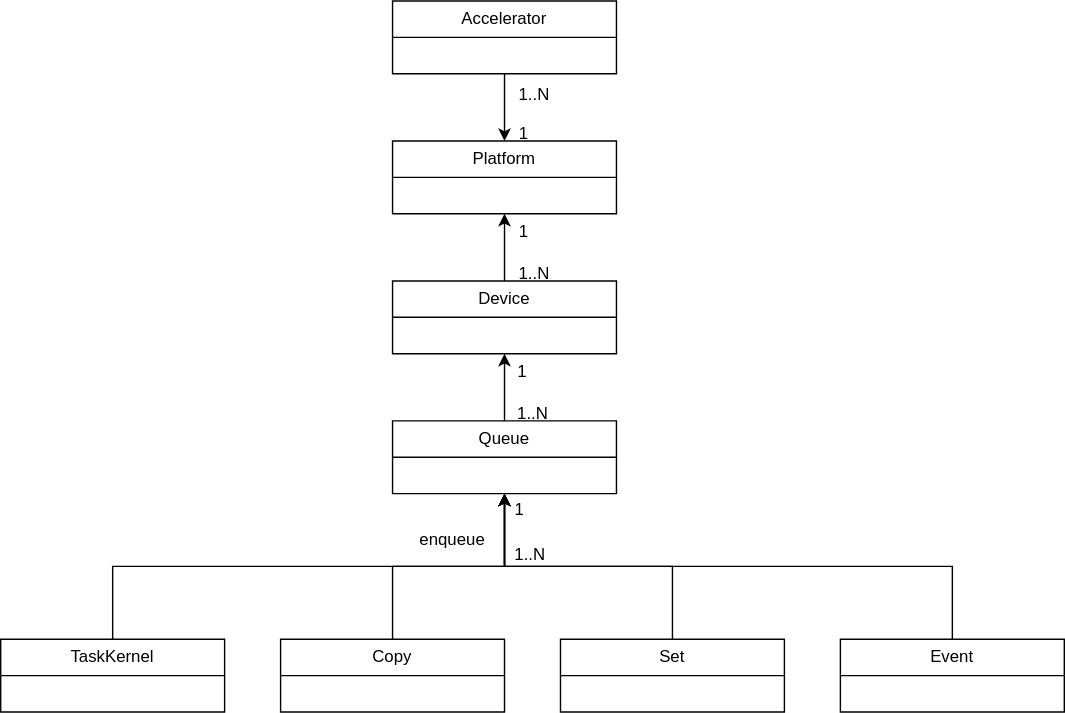
Earlier version of the draw.io export docs/source/images/alpaka_terms.svg (alpaka-group/alpaka). Source tidied: cells renumbered, new cells last; positions are measured from the earlier drawing's top-left corner, leaving out a move shared by most shapes.
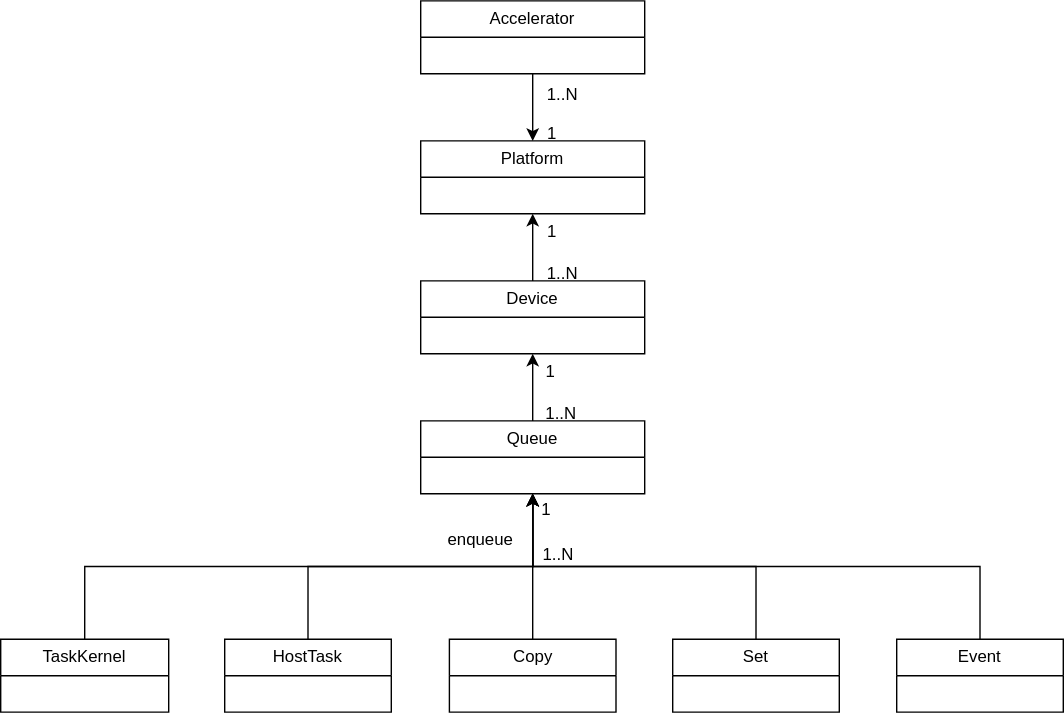
Later version of the same file.

The edit, as a diff of the source:
```diff
@@ -27,25 +27,25 @@
       <mxGeometry relative="1" as="geometry" />
     </mxCell>
     <mxCell id="10" value="TaskKernel" style="swimlane;fontStyle=0;horizontal=1;startSize=26;fillColor=none;whiteSpace=wrap;html=1;" parent="1" vertex="1">
-      <mxGeometry y="456" width="160" height="52" as="geometry" />
+      <mxGeometry x="-20" y="456" width="120" height="52" as="geometry" />
     </mxCell>
     <mxCell id="11" style="edgeStyle=orthogonalEdgeStyle;rounded=0;jettySize=auto;html=1;exitX=0.5;exitY=0;exitDx=0;exitDy=0;entryX=0.5;entryY=1;entryDx=0;entryDy=0;" parent="1" edge="1" source="12" target="8">
       <mxGeometry relative="1" as="geometry" />
     </mxCell>
     <mxCell id="12" value="Event" style="swimlane;fontStyle=0;horizontal=1;startSize=26;fillColor=none;whiteSpace=wrap;html=1;" parent="1" vertex="1">
-      <mxGeometry x="600" y="456" width="160" height="52" as="geometry" />
+      <mxGeometry x="620" y="456" width="119" height="52" as="geometry" />
     </mxCell>
     <mxCell id="13" style="edgeStyle=orthogonalEdgeStyle;rounded=0;jettySize=auto;html=1;exitX=0.5;exitY=0;exitDx=0;exitDy=0;entryX=0.5;entryY=1;entryDx=0;entryDy=0;" parent="1" edge="1" source="14" target="8">
       <mxGeometry relative="1" as="geometry" />
     </mxCell>
     <mxCell id="14" value="Set" style="swimlane;fontStyle=0;horizontal=1;startSize=26;fillColor=none;whiteSpace=wrap;html=1;" parent="1" vertex="1">
-      <mxGeometry x="400" y="456" width="160" height="52" as="geometry" />
+      <mxGeometry x="460" y="456" width="119" height="52" as="geometry" />
     </mxCell>
     <mxCell id="15" style="edgeStyle=orthogonalEdgeStyle;rounded=0;jettySize=auto;html=1;exitX=0.5;exitY=0;exitDx=0;exitDy=0;entryX=0.5;entryY=1;entryDx=0;entryDy=0;" parent="1" edge="1" source="16" target="8">
       <mxGeometry relative="1" as="geometry" />
     </mxCell>
     <mxCell id="16" value="&lt;div&gt;Copy&lt;/div&gt;" style="swimlane;fontStyle=0;horizontal=1;startSize=26;fillColor=none;whiteSpace=wrap;html=1;" parent="1" vertex="1">
-      <mxGeometry x="200" y="456" width="160" height="52" as="geometry" />
+      <mxGeometry x="300.5" y="456" width="119" height="52" as="geometry" />
     </mxCell>
     <mxCell id="17" value="enqueue" style="text;html=1;align=center;verticalAlign=middle;whiteSpace=wrap;rounded=0;" parent="1" vertex="1">
       <mxGeometry x="293" y="370" width="60" height="30" as="geometry" />
@@ -69,10 +69,16 @@
       <mxGeometry x="355" y="280" width="50" height="30" as="geometry" />
     </mxCell>
     <mxCell id="24" value="1" style="text;html=1;align=center;verticalAlign=middle;whiteSpace=wrap;rounded=0;" parent="1" vertex="1">
-      <mxGeometry x="341" y="349" width="60" height="30" as="geometry" />
+      <mxGeometry x="340" y="349" width="60" height="30" as="geometry" />
     </mxCell>
     <mxCell id="25" value="1..N" style="text;html=1;align=center;verticalAlign=middle;strokeColor=none;fillColor=none;" parent="1" vertex="1">
       <mxGeometry x="353" y="381" width="50" height="30" as="geometry" />
     </mxCell>
+    <mxCell id="26" style="edgeStyle=orthogonalEdgeStyle;rounded=0;jettySize=auto;html=1;exitX=0.5;exitY=0;exitDx=0;exitDy=0;entryX=0.5;entryY=1;entryDx=0;entryDy=0;" parent="1" edge="1" source="27" target="8">
+      <mxGeometry relative="1" as="geometry" />
+    </mxCell>
+    <mxCell id="27" value="HostTask" style="swimlane;fontStyle=0;horizontal=1;startSize=26;fillColor=none;whiteSpace=wrap;html=1;" parent="1" vertex="1">
+      <mxGeometry x="140" y="456" width="119" height="52" as="geometry" />
+    </mxCell>
   </root>
 </mxGraphModel>
```
